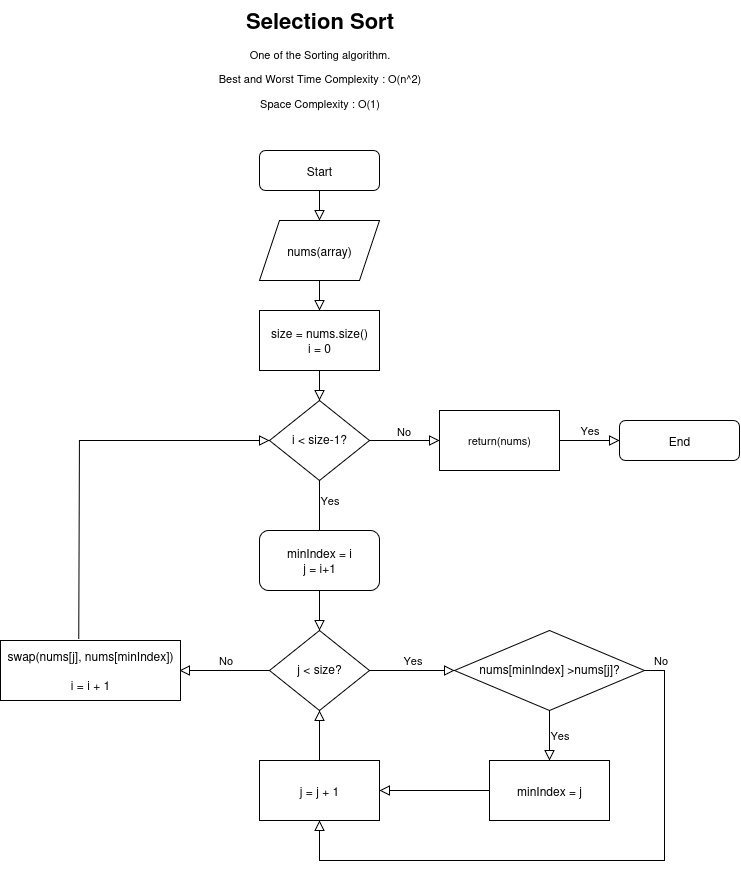
Earlier version of the draw.io export DSA/SelectionSort.drawio.png (neeraj-bhatt/Concept-Mindmap). Source tidied: cells renumbered, new cells last; positions are measured from the earlier drawing's top-left corner, leaving out a move shared by most shapes.
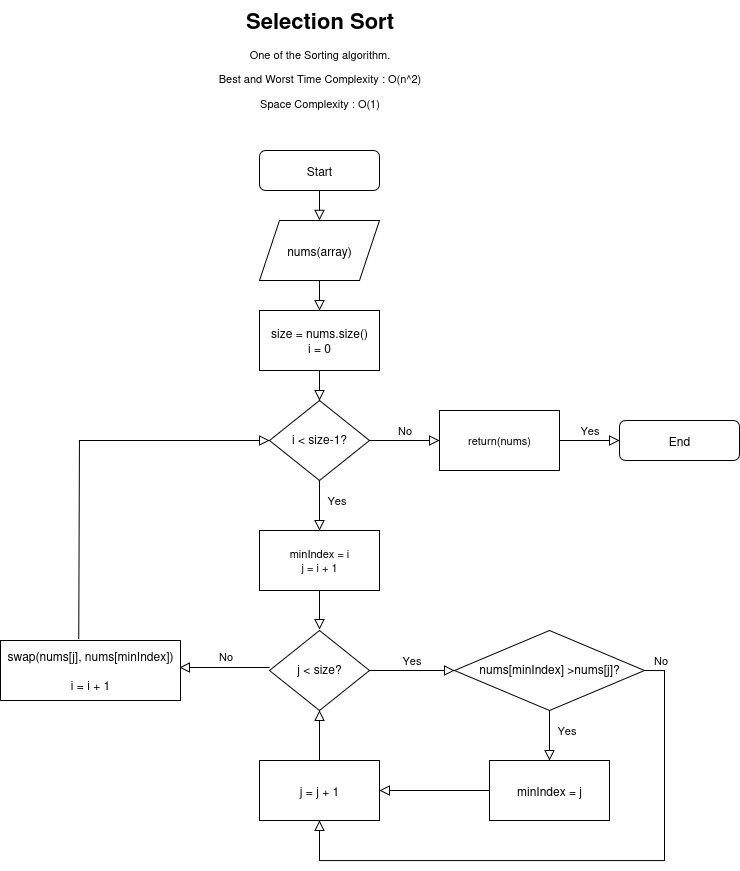
The same file after the commit.

Commit message:
Selection Sort FlowChart

The edit, as a diff of the source:
```diff
@@ -8,10 +8,8 @@
     <mxCell id="3" value="Start" style="rounded=1;whiteSpace=wrap;html=1;fontSize=12;glass=0;strokeWidth=1;shadow=0;" parent="1" vertex="1">
       <mxGeometry x="259" y="150" width="120" height="40" as="geometry" />
     </mxCell>
-    <mxCell id="4" value="Yes" style="rounded=0;html=1;jettySize=auto;fontSize=11;endArrow=block;endFill=0;endSize=8;strokeWidth=1;shadow=0;labelBackgroundColor=none;edgeStyle=orthogonalEdgeStyle;strokeColor=default;align=center;verticalAlign=middle;fontFamily=Helvetica;fontColor=default;" parent="1" edge="1" source="6">
-      <mxGeometry x="-0.43" y="10" relative="1" as="geometry">
-        <mxPoint x="319" y="550" as="targetPoint" />
-      </mxGeometry>
+    <mxCell id="4" value="Yes" style="rounded=0;html=1;jettySize=auto;fontSize=11;endArrow=block;endFill=0;endSize=8;strokeWidth=1;shadow=0;labelBackgroundColor=none;edgeStyle=orthogonalEdgeStyle;strokeColor=default;align=center;verticalAlign=middle;fontFamily=Helvetica;fontColor=default;entryX=0.5;entryY=0;entryDx=0;entryDy=0;" parent="1" edge="1" source="6" target="29">
+      <mxGeometry x="-0.2" y="17" relative="1" as="geometry" />
     </mxCell>
     <mxCell id="5" value="No" style="edgeStyle=orthogonalEdgeStyle;rounded=0;html=1;jettySize=auto;fontSize=11;endArrow=block;endFill=0;endSize=8;strokeWidth=1;shadow=0;labelBackgroundColor=none;" parent="1" edge="1" source="6">
       <mxGeometry y="10" relative="1" as="geometry">
@@ -42,20 +40,21 @@
     <mxCell id="13" style="endArrow=block;html=1;rounded=0;exitX=0.5;exitY=1;exitDx=0;exitDy=0;shadow=0;strokeColor=default;strokeWidth=1;align=center;verticalAlign=middle;fontFamily=Helvetica;fontSize=11;fontColor=default;labelBackgroundColor=none;endFill=0;endSize=8;" parent="1" edge="1" source="12" target="6">
       <mxGeometry relative="1" as="geometry" />
     </mxCell>
-    <mxCell id="14" value="&lt;div&gt;minIndex = i&lt;/div&gt;&lt;div&gt;j = i+1&lt;/div&gt;" style="rounded=1;whiteSpace=wrap;html=1;" parent="1" vertex="1">
-      <mxGeometry x="259" y="530" width="120" height="60" as="geometry" />
-    </mxCell>
-    <mxCell id="15" value="No" style="rounded=0;html=1;jettySize=auto;fontSize=11;endArrow=block;endFill=0;endSize=8;strokeWidth=1;shadow=0;labelBackgroundColor=none;edgeStyle=orthogonalEdgeStyle;entryX=1;entryY=0.5;entryDx=0;entryDy=0;exitX=0;exitY=0.5;exitDx=0;exitDy=0;" parent="1" edge="1" source="9">
+    <mxCell id="15" value="No" style="rounded=0;html=1;jettySize=auto;orthogonalLoop=1;fontSize=11;endArrow=block;endFill=0;endSize=8;strokeWidth=1;shadow=0;labelBackgroundColor=none;edgeStyle=orthogonalEdgeStyle;entryX=1;entryY=0.5;entryDx=0;entryDy=0;exitX=0;exitY=0.5;exitDx=0;exitDy=0;" parent="1" edge="1">
       <mxGeometry x="-0.02" y="-10" relative="1" as="geometry">
-        <mxPoint x="179" y="670" as="targetPoint" />
+        <mxPoint x="269" y="667" as="sourcePoint" />
+        <mxPoint x="179" y="667" as="targetPoint" />
         <mxPoint y="-1" as="offset" />
       </mxGeometry>
     </mxCell>
     <mxCell id="16" value="&lt;div&gt;swap(nums[j], nums[minIndex])&lt;/div&gt;&lt;div&gt;&lt;br&gt;&lt;/div&gt;&lt;div&gt;i = i + 1&lt;/div&gt;" style="rounded=0;whiteSpace=wrap;html=1;" parent="1" vertex="1">
       <mxGeometry y="640" width="180" height="60" as="geometry" />
     </mxCell>
-    <mxCell id="17" style="endArrow=block;html=1;rounded=0;exitX=0.5;exitY=1;exitDx=0;exitDy=0;entryX=0.5;entryY=0;entryDx=0;entryDy=0;endFill=0;shadow=0;strokeColor=default;strokeWidth=1;align=center;verticalAlign=middle;fontFamily=Helvetica;fontSize=11;fontColor=default;labelBackgroundColor=none;endSize=8;" parent="1" edge="1" source="14" target="9">
-      <mxGeometry relative="1" as="geometry" />
+    <mxCell id="17" style="endArrow=block;html=1;rounded=0;exitX=0.5;exitY=1;exitDx=0;exitDy=0;entryX=0.5;entryY=0;entryDx=0;entryDy=0;endFill=0;shadow=0;strokeColor=default;strokeWidth=1;align=center;verticalAlign=middle;fontFamily=Helvetica;fontSize=11;fontColor=default;labelBackgroundColor=none;endSize=8;" parent="1" edge="1">
+      <mxGeometry relative="1" as="geometry">
+        <mxPoint x="319" y="579" as="sourcePoint" />
+        <mxPoint x="319" y="629" as="targetPoint" />
+      </mxGeometry>
     </mxCell>
     <mxCell id="18" style="endArrow=block;html=1;rounded=0;entryX=0;entryY=0.5;entryDx=0;entryDy=0;exitX=0.435;exitY=-0.022;exitDx=0;exitDy=0;exitPerimeter=0;endFill=0;shadow=0;strokeColor=default;strokeWidth=1;align=center;verticalAlign=middle;fontFamily=Helvetica;fontSize=11;fontColor=default;labelBackgroundColor=none;endSize=8;" parent="1" edge="1" source="16" target="6">
       <mxGeometry relative="1" as="geometry">
@@ -71,7 +70,7 @@
       <mxGeometry x="454" y="630" width="190" height="80" as="geometry" />
     </mxCell>
     <mxCell id="21" value="Yes" style="edgeStyle=orthogonalEdgeStyle;rounded=0;html=1;jettySize=auto;fontSize=11;endArrow=block;endFill=0;endSize=8;strokeWidth=1;shadow=0;labelBackgroundColor=none;entryX=0.5;entryY=0;entryDx=0;entryDy=0;exitX=0.5;exitY=1;exitDx=0;exitDy=0;" parent="1" edge="1" source="20" target="19">
-      <mxGeometry y="10" relative="1" as="geometry" />
+      <mxGeometry x="-0.2" y="17" relative="1" as="geometry" />
     </mxCell>
     <mxCell id="22" value="j = j + 1" style="rounded=0;whiteSpace=wrap;html=1;" parent="1" vertex="1">
       <mxGeometry x="259" y="760" width="120" height="60" as="geometry" />
@@ -100,5 +99,8 @@
     <mxCell id="28" value="&lt;h1 style=&quot;margin-top: 0px;&quot;&gt;Selection Sort&lt;/h1&gt;&lt;p&gt;One of the Sorting algorithm.&lt;/p&gt;&lt;p&gt;Best and Worst Time Complexity : O(n^2)&lt;/p&gt;&lt;p&gt;Space Complexity : O(1)&lt;/p&gt;" style="text;html=1;whiteSpace=wrap;overflow=hidden;rounded=0;fontFamily=Helvetica;fontSize=11;fontColor=default;labelBackgroundColor=none;align=center;" parent="1" vertex="1">
       <mxGeometry x="208.5" width="221" height="120" as="geometry" />
     </mxCell>
+    <mxCell id="29" value="&lt;div&gt;minIndex = i&lt;/div&gt;&lt;div&gt;j = i + 1&lt;/div&gt;" style="rounded=0;whiteSpace=wrap;html=1;fontFamily=Helvetica;fontSize=11;fontColor=default;labelBackgroundColor=none;" parent="1" vertex="1">
+      <mxGeometry x="259" y="530" width="120" height="60" as="geometry" />
+    </mxCell>
   </root>
 </mxGraphModel>
```
